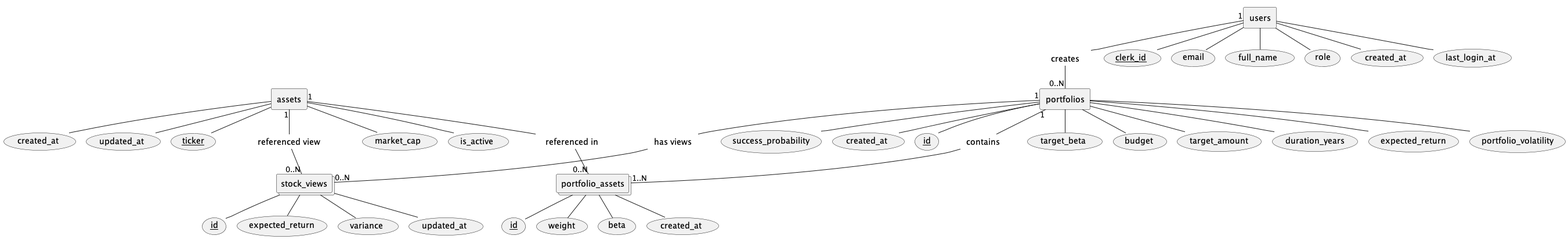
Anatta-at/my-portfolio-app keeps this PlantUML diagram as docs/diagrams/er/chen_compatible.png. Above is the earlier version.
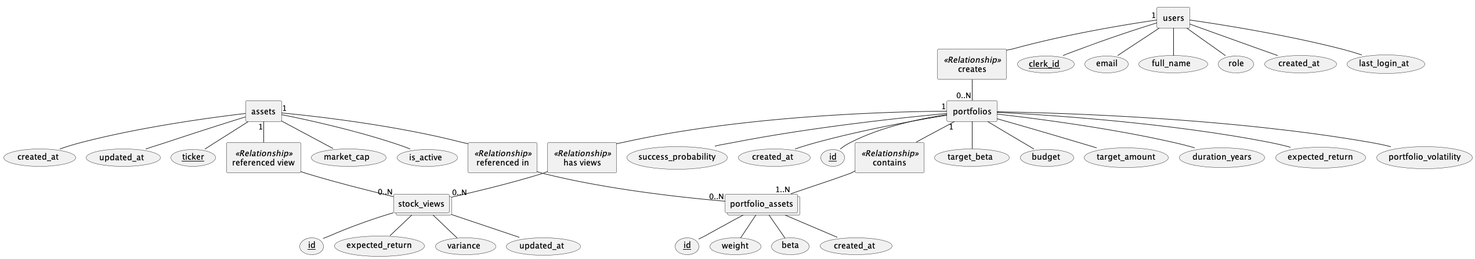
The same diagram one commit later.

Commit message:
docs: Change Chen's ER Diagram relationship shape to rectangle for Smetana compatibility to ensure borders render

Diff of the diagram source:
```diff
@@ -12,11 +12,11 @@
 collections "portfolio_assets" as PortfolioAsset
 collections "stock_views" as StockViews
 
-hexagon "creates" as creates #white;line:black
-hexagon "contains" as contains #white;line:black
-hexagon "has views" as has_views #white;line:black
-hexagon "referenced in" as ref_asset #white;line:black
-hexagon "referenced view" as ref_view #white;line:black
+rectangle "creates" as creates <<Relationship>>
+rectangle "contains" as contains <<Relationship>>
+rectangle "has views" as has_views <<Relationship>>
+rectangle "referenced in" as ref_asset <<Relationship>>
+rectangle "referenced view" as ref_view <<Relationship>>
 
 usecase "<u>clerk_id</u>" as u_clerk_id
 usecase "email" as u_email
```
